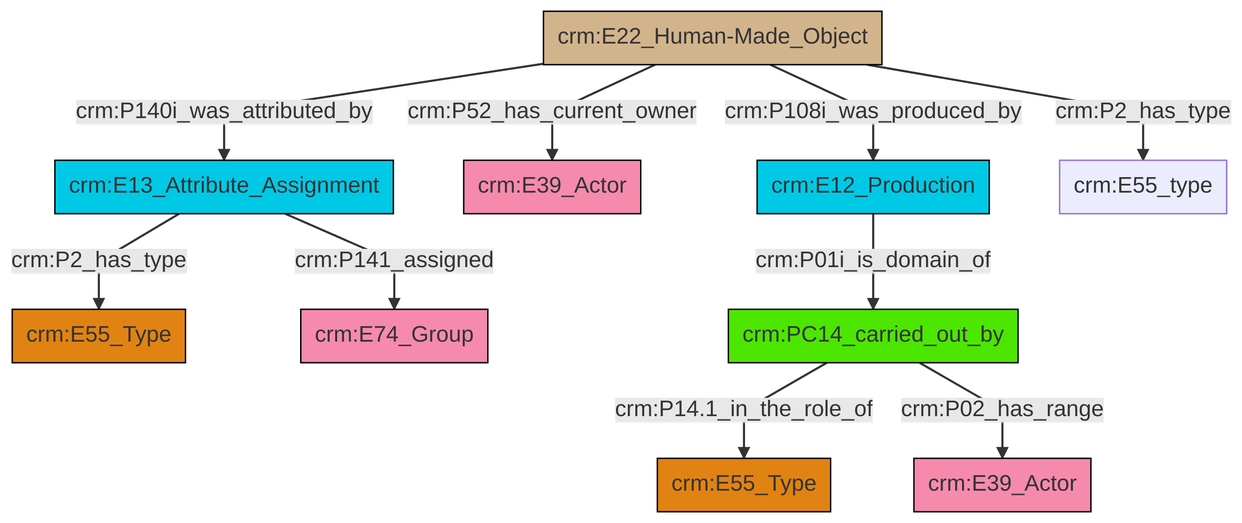
The Mermaid diagram et/builtWorkCSV/ttl/mmd/png/Built_Work_actor_relations.png in swiss-art-research-net/docs.swissartresearch, before a commit. Its source is kept beside it as et/builtWorkCSV/ttl/mmd/Built_Work_actor_relations.ttl.mmd.
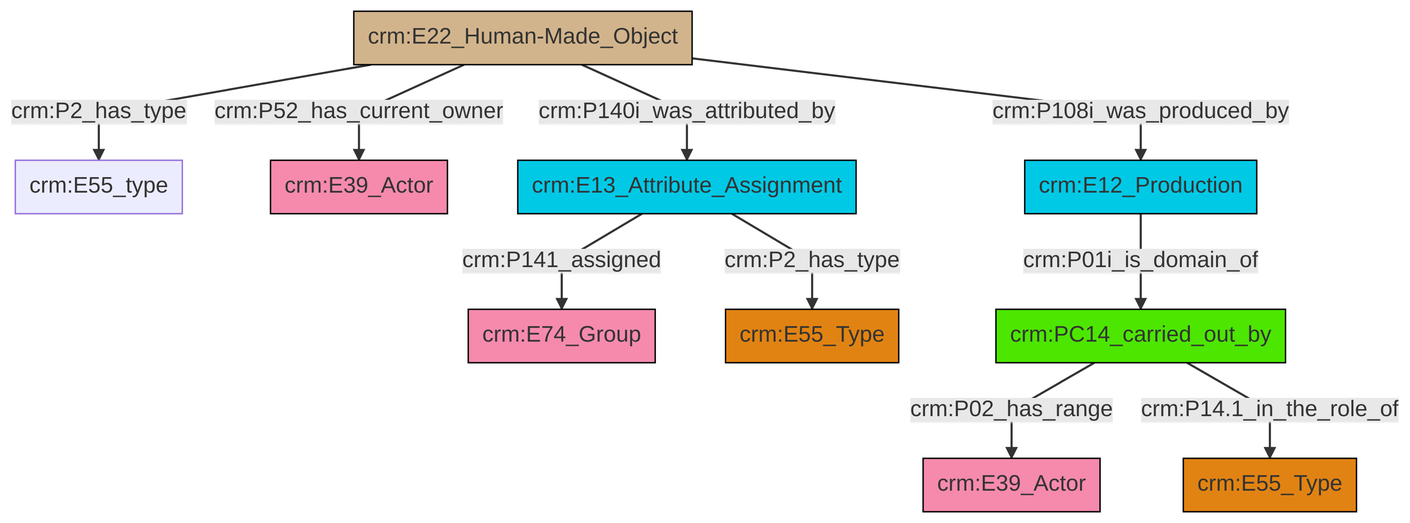
After the commit.

What changed in the source:
```diff
@@ -13,12 +13,12 @@
 classDef PC_Classes fill:#4ce600, stroke:#000000;
 classDef Multi fill:#cccccc,stroke:#000000;
 
-0["crm:E22_Human-Made_Object"]:::Physical_Thing -->|crm:P140i_was_attributed_by| 1["crm:E13_Attribute_Assignment"]:::Temporal_Entity
-1["crm:E13_Attribute_Assignment"]:::Temporal_Entity -->|crm:P2_has_type| 2["crm:E55_Type"]:::Type
-0["crm:E22_Human-Made_Object"]:::Physical_Thing -->|crm:P52_has_current_owner| 3["crm:E39_Actor"]:::Actor
-6["crm:E12_Production"]:::Temporal_Entity -->|crm:P01i_is_domain_of| 7["crm:PC14_carried_out_by"]:::PC_Classes
-1["crm:E13_Attribute_Assignment"]:::Temporal_Entity -->|crm:P141_assigned| 4["crm:E74_Group"]:::Actor
-7["crm:PC14_carried_out_by"]:::PC_Classes -->|crm:P14.1_in_the_role_of| 9["crm:E55_Type"]:::Type
-0["crm:E22_Human-Made_Object"]:::Physical_Thing -->|crm:P2_has_type| 12["crm:E55_type"]:::Default
-0["crm:E22_Human-Made_Object"]:::Physical_Thing -->|crm:P108i_was_produced_by| 6["crm:E12_Production"]:::Temporal_Entity
-7["crm:PC14_carried_out_by"]:::PC_Classes -->|crm:P02_has_range| 10["crm:E39_Actor"]:::Actor
+0["crm:E22_Human-Made_Object"]:::Physical_Thing -->|crm:P2_has_type| 1["crm:E55_type"]:::Default
+2["crm:E13_Attribute_Assignment"]:::Temporal_Entity -->|crm:P141_assigned| 3["crm:E74_Group"]:::Actor
+0["crm:E22_Human-Made_Object"]:::Physical_Thing -->|crm:P52_has_current_owner| 4["crm:E39_Actor"]:::Actor
+5["crm:PC14_carried_out_by"]:::PC_Classes -->|crm:P02_has_range| 6["crm:E39_Actor"]:::Actor
+5["crm:PC14_carried_out_by"]:::PC_Classes -->|crm:P14.1_in_the_role_of| 9["crm:E55_Type"]:::Type
+14["crm:E12_Production"]:::Temporal_Entity -->|crm:P01i_is_domain_of| 5["crm:PC14_carried_out_by"]:::PC_Classes
+0["crm:E22_Human-Made_Object"]:::Physical_Thing -->|crm:P140i_was_attributed_by| 2["crm:E13_Attribute_Assignment"]:::Temporal_Entity
+2["crm:E13_Attribute_Assignment"]:::Temporal_Entity -->|crm:P2_has_type| 12["crm:E55_Type"]:::Type
+0["crm:E22_Human-Made_Object"]:::Physical_Thing -->|crm:P108i_was_produced_by| 14["crm:E12_Production"]:::Temporal_Entity
```
